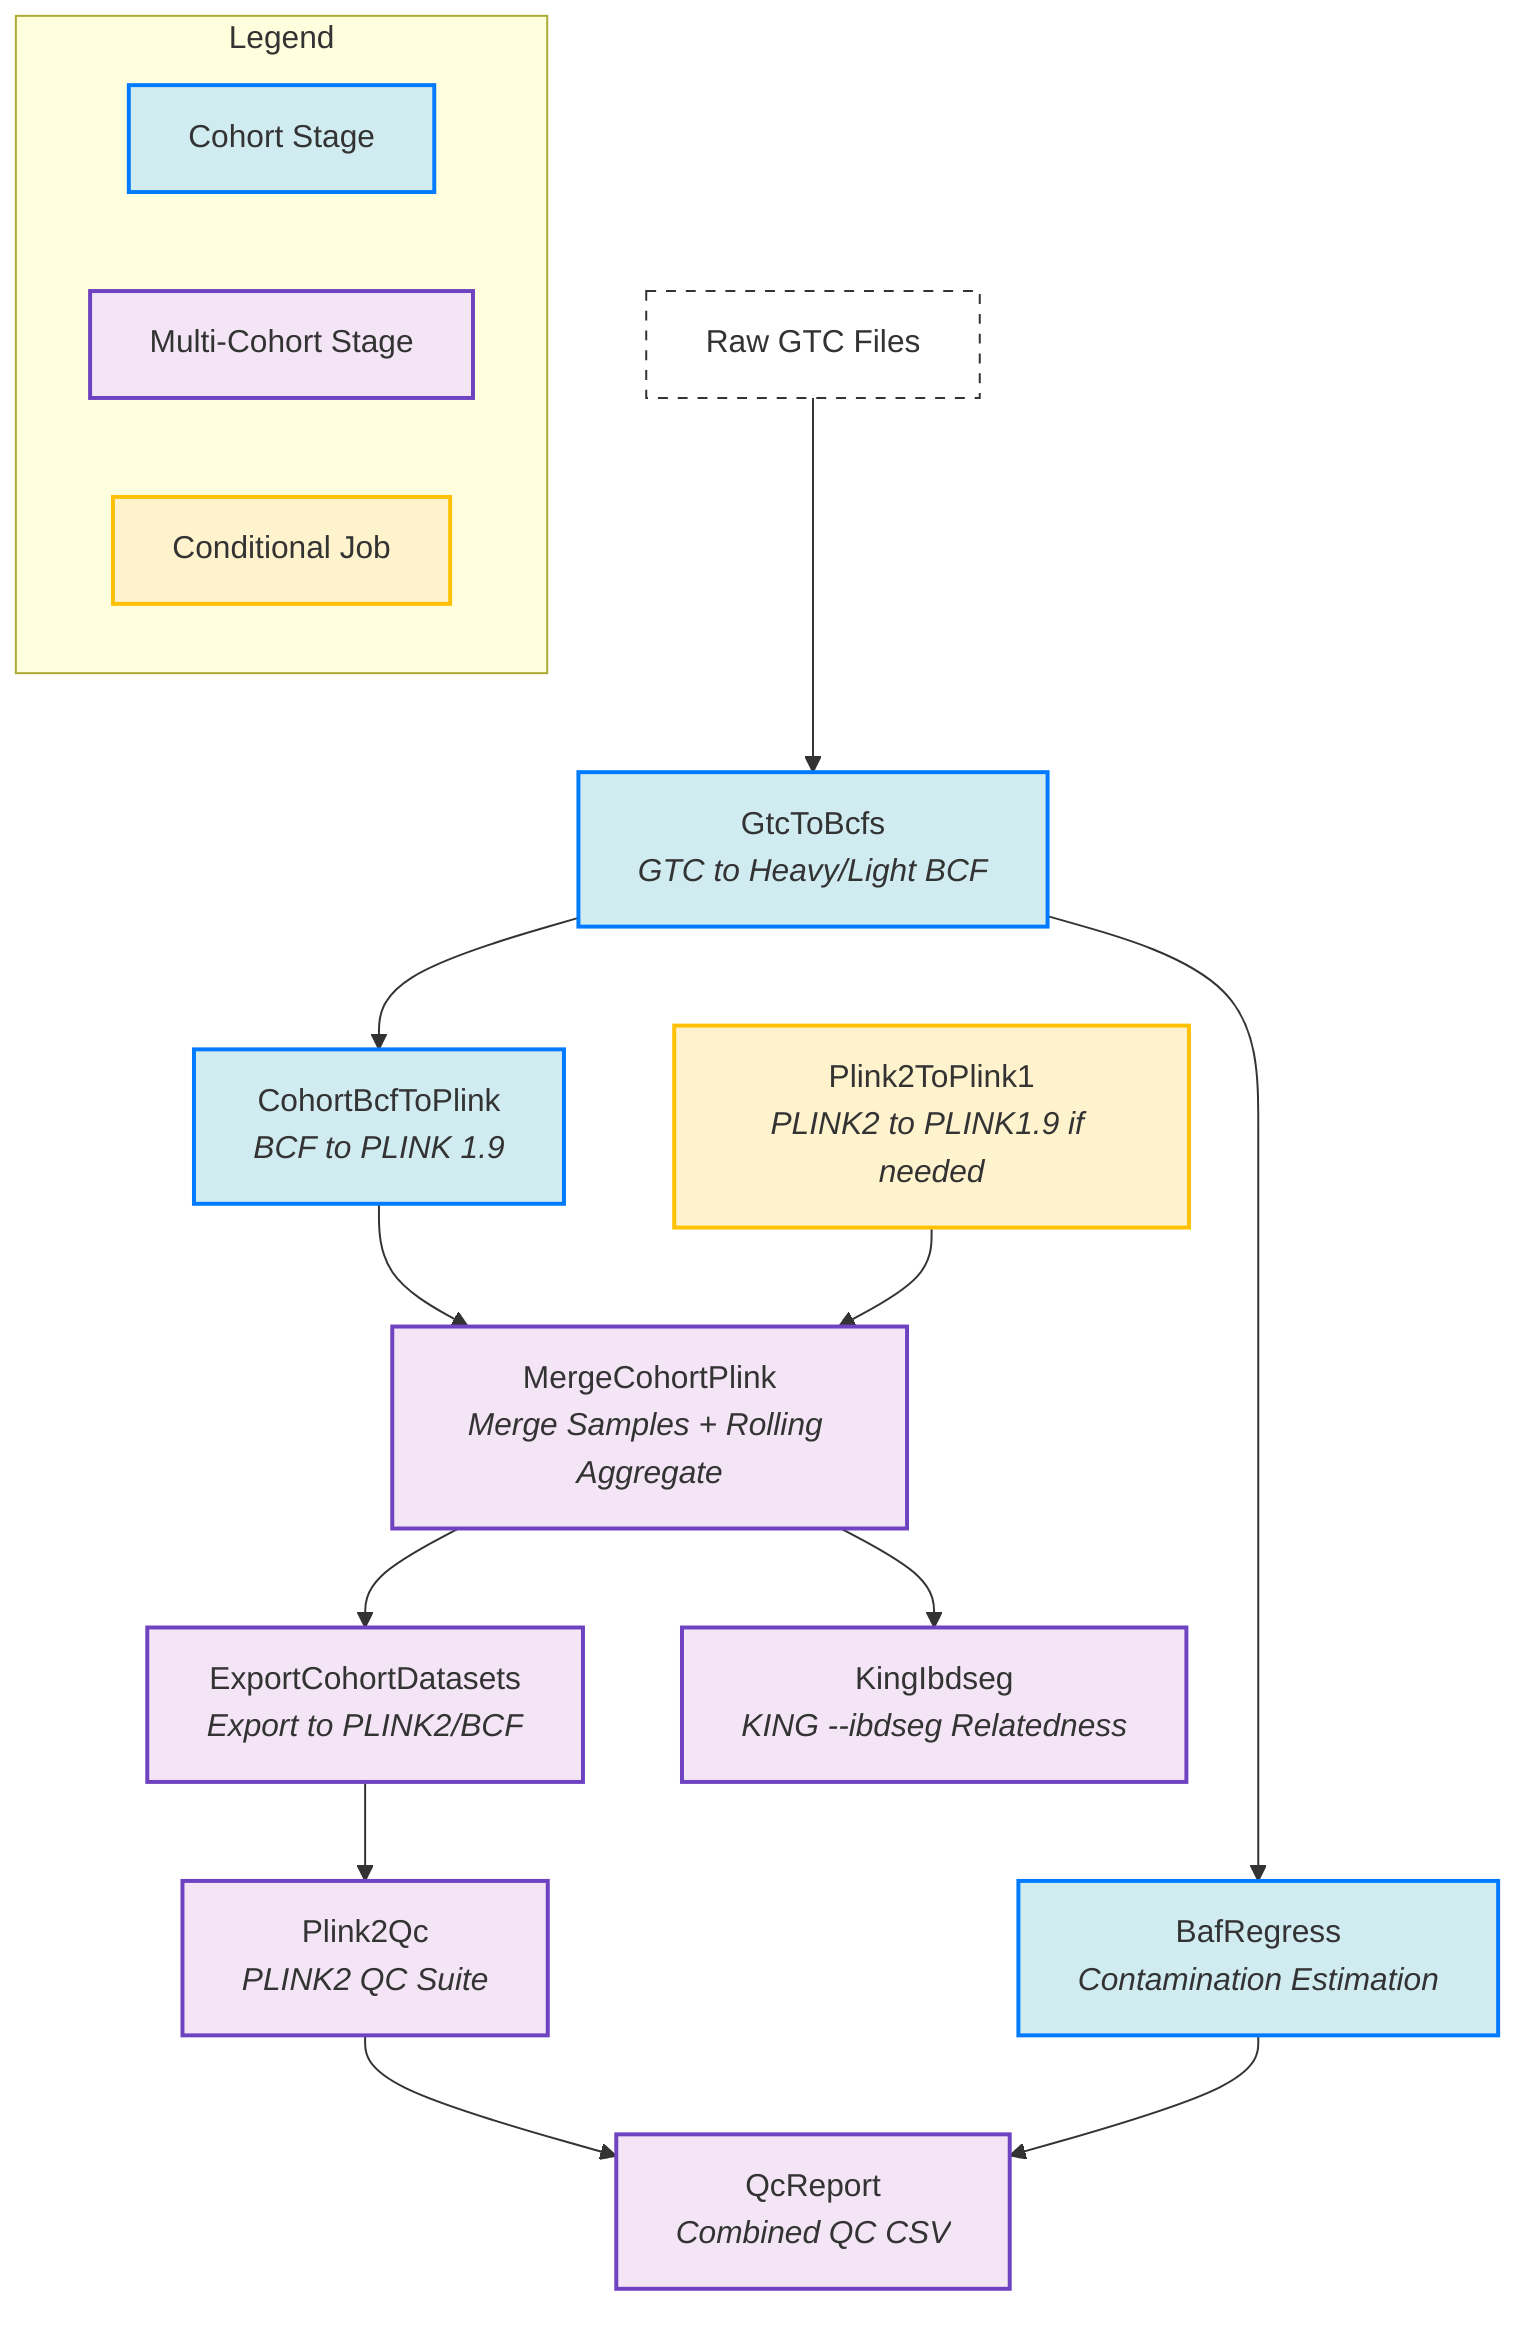
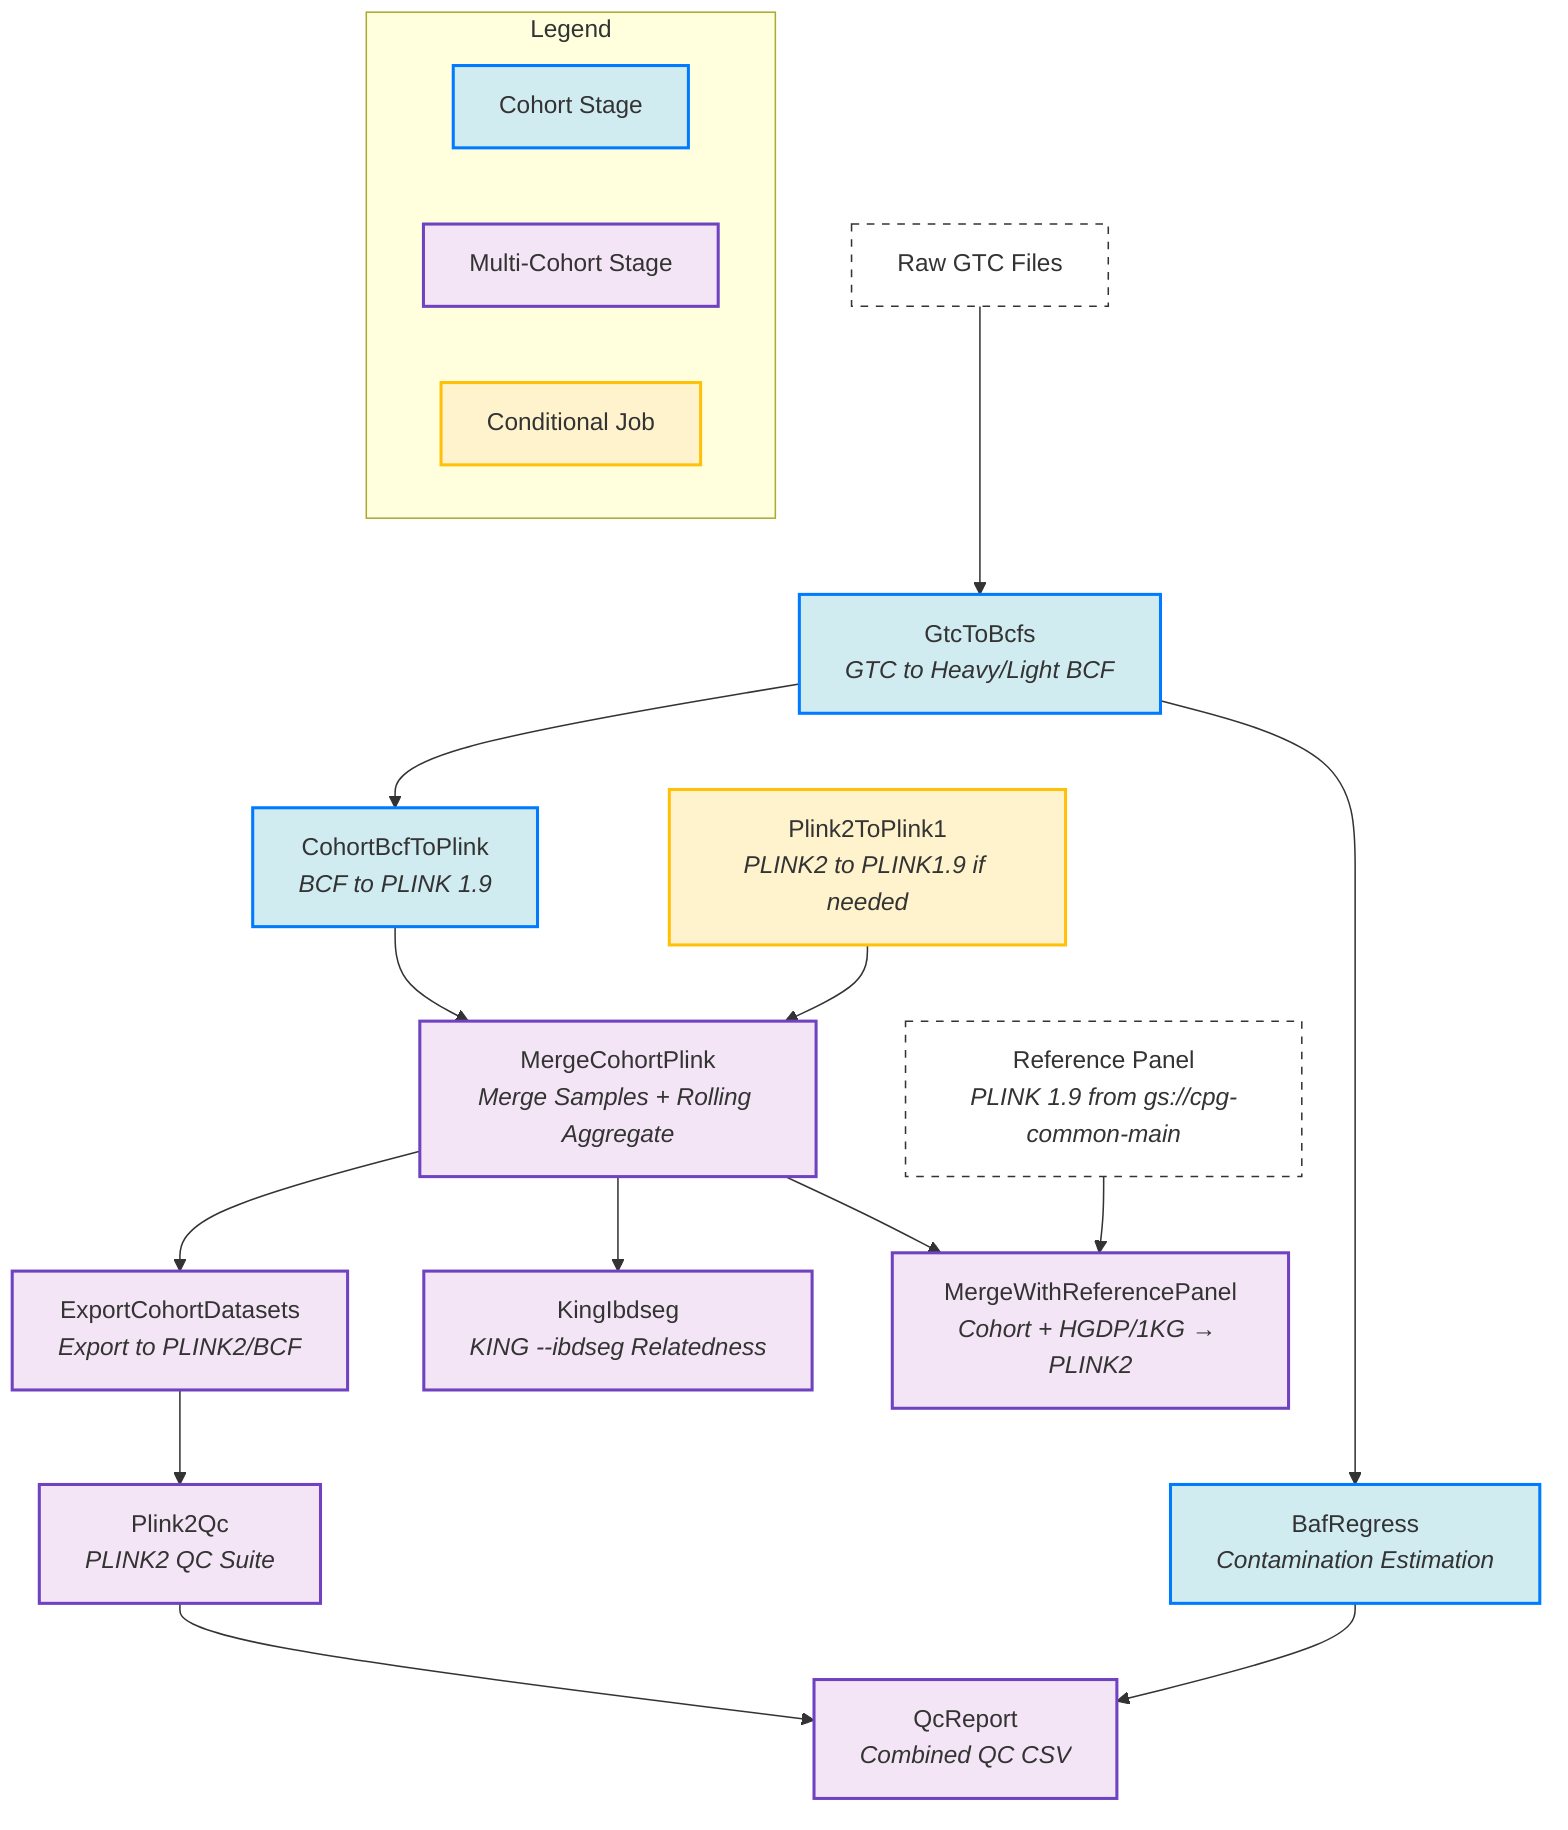
graph TD
    subgraph Legend
        direction LR
        L1[Cohort Stage]:::cohort
        L2[Multi-Cohort Stage]:::multicohort
        L3[Conditional Job]:::conditional
    end

    %% DAG Structure
    GTC[Raw GTC Files]:::data --> GtoB[GtcToBcfs<br/><i>GTC to Heavy/Light BCF</i>]:::cohort
    GtoB --> BAF[BafRegress<br/><i>Contamination Estimation</i>]:::cohort
    GtoB --> BtoP[CohortBcfToPlink<br/><i>BCF to PLINK 1.9</i>]:::cohort
    BtoP --> MCP[MergeCohortPlink<br/><i>Merge Samples + Rolling Aggregate</i>]:::multicohort
    P2P1[Plink2ToPlink1<br/><i>PLINK2 to PLINK1.9 if needed</i>]:::conditional --> MCP
    MCP --> ECD[ExportCohortDatasets<br/><i>Export to PLINK2/BCF</i>]:::multicohort
    MCP --> KING[KingIbdseg<br/><i>KING --ibdseg Relatedness</i>]:::multicohort
+     MCP --> MWR[MergeWithReferencePanel<br/><i>Cohort + HGDP/1KG → PLINK2</i>]:::multicohort
+     REF[Reference Panel<br/><i>PLINK 1.9 from gs://cpg-common-main</i>]:::data --> MWR
    ECD --> QC[Plink2Qc<br/><i>PLINK2 QC Suite</i>]:::multicohort
    QC --> QR[QcReport<br/><i>Combined QC CSV</i>]:::multicohort
    BAF --> QR

    %% Component styling
    classDef cohort fill:#d1ecf1,stroke:#007bff,stroke-width:2px;
    classDef multicohort fill:#f3e5f5,stroke:#6f42c1,stroke-width:2px;
    classDef conditional fill:#fff3cd,stroke:#ffc107,stroke-width:2px;
    classDef data fill:#fff,stroke:#333,stroke-dasharray: 5 5;

    %% Explicit classes
    class GtoB,BAF,BtoP cohort;
-     class MCP,ECD,QC,KING,QR multicohort;
+     class MCP,ECD,QC,KING,MWR,QR multicohort;
    class P2P1 conditional;
